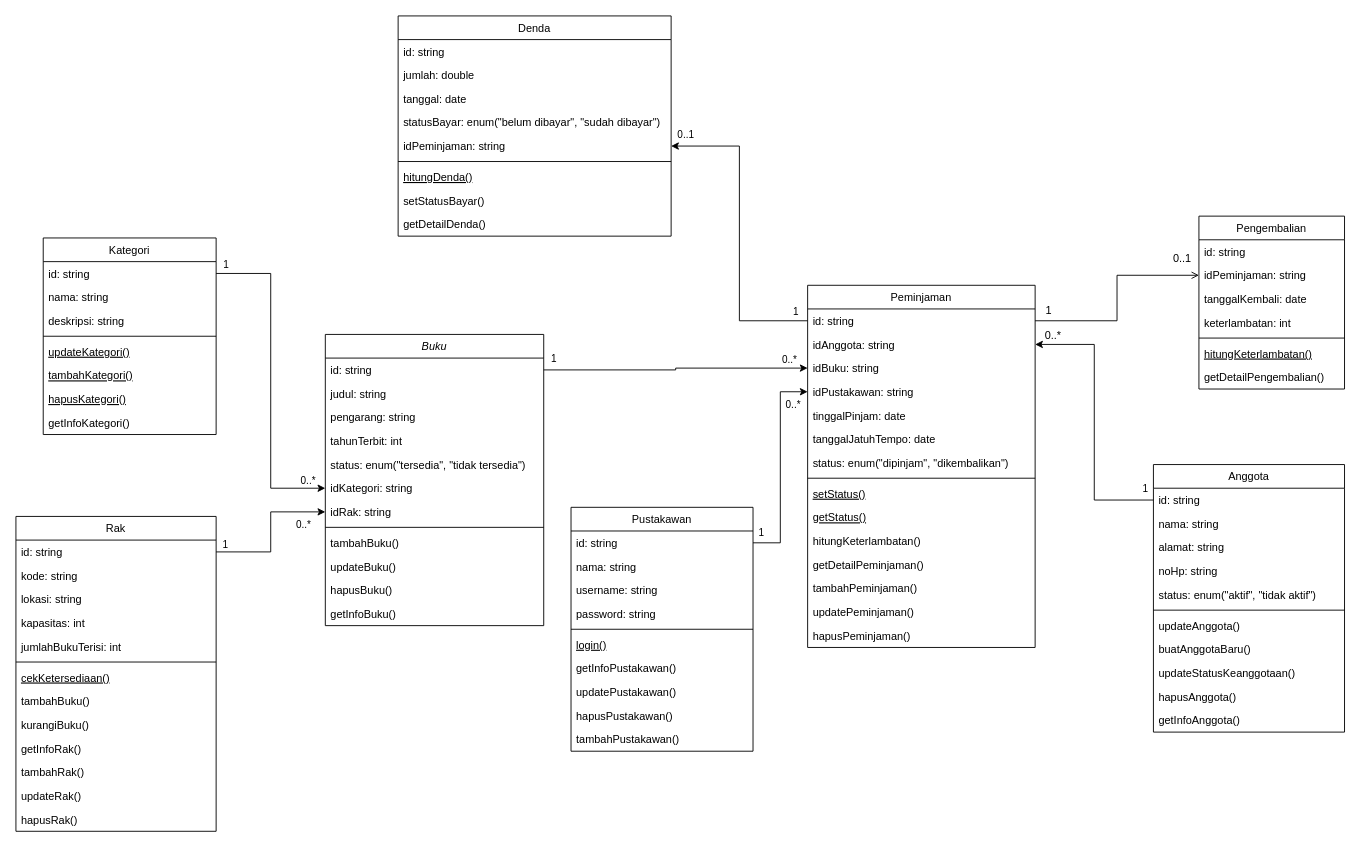
Above: laprak_class_diagram.drawio in zhekabaila/praktikum-rpl (draw.io), before the change. Source tidied: cells renumbered, new cells numbered last; positions are measured from the earlier drawing's top-left corner, leaving out a move shared by most shapes. Both pictures are drawn from the tidied source at 91%, with x=0, y=0 at pixel (15, 15).
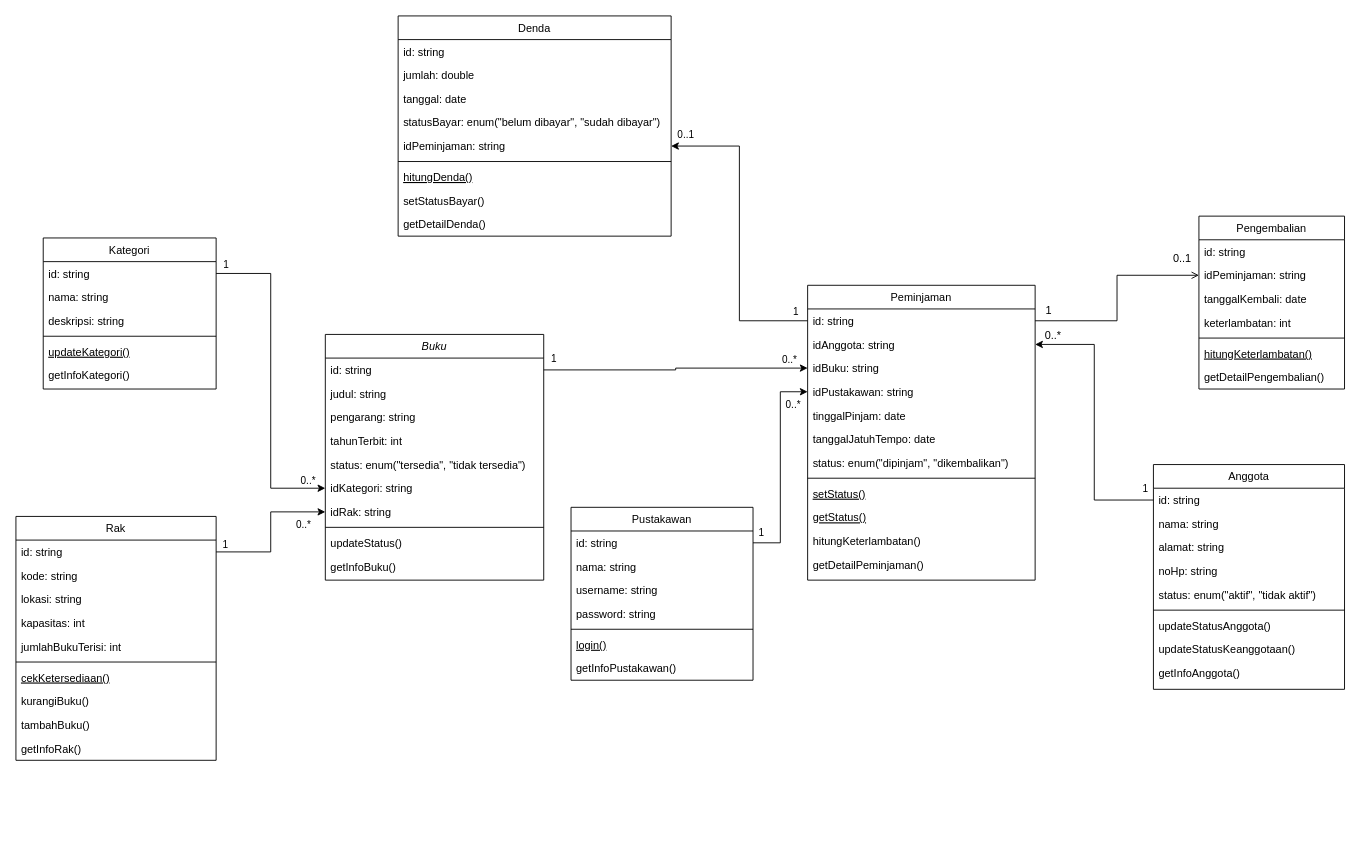
Above is the later version.

Change to the diagram source:
```diff
@@
     <mxCell id="2" value="Buku" style="swimlane;fontStyle=2;align=center;verticalAlign=top;horizontal=1;startSize=26;rounded=0;shadow=0;strokeWidth=1;" parent="1" vertex="1">
-      <mxGeometry x="340" y="350" width="240" height="320" as="geometry" />
+      <mxGeometry x="340" y="350" width="240" height="270" as="geometry" />
     </mxCell>
@@
-    <mxCell id="11" value="tambahBuku()" style="text;align=left;verticalAlign=top;spacingLeft=4;spacingRight=4;overflow=hidden;" parent="2" vertex="1">
-      <mxGeometry y="216" width="240" height="26" as="geometry" />
-    </mxCell>
-    <mxCell id="12" value="updateBuku()" style="text;align=left;verticalAlign=top;spacingLeft=4;spacingRight=4;overflow=hidden;" parent="2" vertex="1">
-      <mxGeometry y="242" width="240" height="26" as="geometry" />
+    <mxCell id="12" value="updateStatus()" style="text;align=left;verticalAlign=top;spacingLeft=4;spacingRight=4;overflow=hidden;" parent="2" vertex="1">
+      <mxGeometry y="216" width="240" height="26" as="geometry" />
     </mxCell>
-    <mxCell id="13" value="hapusBuku()" style="text;align=left;verticalAlign=top;spacingLeft=4;spacingRight=4;overflow=hidden;" parent="2" vertex="1">
-      <mxGeometry y="268" width="240" height="26" as="geometry" />
-    </mxCell>
     <mxCell id="14" value="getInfoBuku()" style="text;align=left;verticalAlign=top;spacingLeft=4;spacingRight=4;overflow=hidden;" parent="2" vertex="1">
-      <mxGeometry y="294" width="240" height="26" as="geometry" />
+      <mxGeometry y="242" width="240" height="26" as="geometry" />
     </mxCell>
     <mxCell id="15" value="Pustakawan" style="swimlane;fontStyle=0;align=center;verticalAlign=top;horizontal=1;startSize=26;rounded=0;shadow=0;strokeWidth=1;" parent="1" vertex="1">
-      <mxGeometry x="610" y="540" width="200" height="268" as="geometry" />
+      <mxGeometry x="610" y="540" width="200" height="190" as="geometry" />
     </mxCell>
@@
-    <mxCell id="23" value="updatePustakawan()" style="text;align=left;verticalAlign=top;spacingLeft=4;spacingRight=4;overflow=hidden;" parent="15" vertex="1">
-      <mxGeometry y="190" width="200" height="26" as="geometry" />
-    </mxCell>
-    <mxCell id="24" value="hapusPustakawan()" style="text;align=left;verticalAlign=top;spacingLeft=4;spacingRight=4;overflow=hidden;" parent="15" vertex="1">
-      <mxGeometry y="216" width="200" height="26" as="geometry" />
-    </mxCell>
-    <mxCell id="25" value="tambahPustakawan()" style="text;align=left;verticalAlign=top;spacingLeft=4;spacingRight=4;overflow=hidden;" parent="15" vertex="1">
-      <mxGeometry y="242" width="200" height="26" as="geometry" />
-    </mxCell>
     <mxCell id="26" value="Anggota" style="swimlane;fontStyle=0;align=center;verticalAlign=top;horizontal=1;startSize=26;rounded=0;shadow=0;strokeWidth=1;" parent="1" vertex="1">
-      <mxGeometry x="1250" y="493" width="210" height="294" as="geometry" />
+      <mxGeometry x="1250" y="493" width="210" height="247" as="geometry" />
     </mxCell>
@@
-    <mxCell id="33" value="updateAnggota()" style="text;align=left;verticalAlign=top;spacingLeft=4;spacingRight=4;overflow=hidden;" parent="26" vertex="1">
+    <mxCell id="33" value="updateStatusAnggota()" style="text;align=left;verticalAlign=top;spacingLeft=4;spacingRight=4;overflow=hidden;" parent="26" vertex="1">
       <mxGeometry y="164" width="210" height="26" as="geometry" />
     </mxCell>
-    <mxCell id="34" value="buatAnggotaBaru()" style="text;align=left;verticalAlign=top;spacingLeft=4;spacingRight=4;overflow=hidden;" parent="26" vertex="1">
-      <mxGeometry y="190" width="210" height="26" as="geometry" />
-    </mxCell>
     <mxCell id="35" value="updateStatusKeanggotaan()" style="text;align=left;verticalAlign=top;spacingLeft=4;spacingRight=4;overflow=hidden;" parent="26" vertex="1">
-      <mxGeometry y="216" width="210" height="26" as="geometry" />
+      <mxGeometry y="190" width="210" height="26" as="geometry" />
     </mxCell>
-    <mxCell id="36" value="hapusAnggota()" style="text;align=left;verticalAlign=top;spacingLeft=4;spacingRight=4;overflow=hidden;" parent="26" vertex="1">
-      <mxGeometry y="242" width="210" height="26" as="geometry" />
-    </mxCell>
     <mxCell id="37" value="getInfoAnggota()" style="text;align=left;verticalAlign=top;spacingLeft=4;spacingRight=4;overflow=hidden;" parent="26" vertex="1">
-      <mxGeometry y="268" width="210" height="26" as="geometry" />
+      <mxGeometry y="216" width="210" height="26" as="geometry" />
     </mxCell>
     <mxCell id="38" value="Peminjaman&#10;" style="swimlane;fontStyle=0;align=center;verticalAlign=top;horizontal=1;startSize=26;rounded=0;shadow=0;strokeWidth=1;" parent="1" vertex="1">
-      <mxGeometry x="870" y="296" width="250" height="398" as="geometry" />
+      <mxGeometry x="870" y="296" width="250" height="324" as="geometry" />
     </mxCell>
@@
-    <mxCell id="51" value="tambahPeminjaman()" style="text;align=left;verticalAlign=top;spacingLeft=4;spacingRight=4;overflow=hidden;" parent="38" vertex="1">
-      <mxGeometry y="320" width="250" height="26" as="geometry" />
-    </mxCell>
-    <mxCell id="52" value="updatePeminjaman()" style="text;align=left;verticalAlign=top;spacingLeft=4;spacingRight=4;overflow=hidden;" parent="38" vertex="1">
-      <mxGeometry y="346" width="250" height="26" as="geometry" />
-    </mxCell>
-    <mxCell id="53" value="hapusPeminjaman()" style="text;align=left;verticalAlign=top;spacingLeft=4;spacingRight=4;overflow=hidden;" parent="38" vertex="1">
-      <mxGeometry y="372" width="250" height="26" as="geometry" />
-    </mxCell>
@@
     <mxCell id="62" value="Kategori" style="swimlane;fontStyle=0;align=center;verticalAlign=top;horizontal=1;startSize=26;rounded=0;shadow=0;strokeWidth=1;" parent="1" vertex="1">
-      <mxGeometry x="30" y="244" width="190" height="216" as="geometry" />
+      <mxGeometry x="30" y="244" width="190" height="166" as="geometry" />
     </mxCell>
@@
-    <mxCell id="68" value="tambahKategori()" style="text;align=left;verticalAlign=top;spacingLeft=4;spacingRight=4;overflow=hidden;fontStyle=4;" parent="62" vertex="1">
-      <mxGeometry y="138" width="190" height="26" as="geometry" />
-    </mxCell>
-    <mxCell id="69" value="hapusKategori()" style="text;align=left;verticalAlign=top;spacingLeft=4;spacingRight=4;overflow=hidden;fontStyle=4;" parent="62" vertex="1">
-      <mxGeometry y="164" width="190" height="26" as="geometry" />
-    </mxCell>
     <mxCell id="70" value="getInfoKategori()" style="text;align=left;verticalAlign=top;spacingLeft=4;spacingRight=4;overflow=hidden;" parent="62" vertex="1">
-      <mxGeometry y="190" width="190" height="26" as="geometry" />
+      <mxGeometry y="138" width="190" height="26" as="geometry" />
     </mxCell>
@@
     <mxCell id="81" value="Rak" style="swimlane;fontStyle=0;align=center;verticalAlign=top;horizontal=1;startSize=26;rounded=0;shadow=0;strokeWidth=1;" parent="1" vertex="1">
-      <mxGeometry y="550" width="220" height="346" as="geometry" />
+      <mxGeometry y="550" width="220" height="268" as="geometry" />
     </mxCell>
@@
-    <mxCell id="89" value="tambahBuku()" style="text;align=left;verticalAlign=top;spacingLeft=4;spacingRight=4;overflow=hidden;" parent="81" vertex="1">
-      <mxGeometry y="190" width="220" height="26" as="geometry" />
-    </mxCell>
     <mxCell id="90" value="kurangiBuku()" style="text;align=left;verticalAlign=top;spacingLeft=4;spacingRight=4;overflow=hidden;" parent="81" vertex="1">
-      <mxGeometry y="216" width="220" height="26" as="geometry" />
+      <mxGeometry y="190" width="220" height="26" as="geometry" />
     </mxCell>
+    <mxCell id="116" value="tambahBuku()" style="text;align=left;verticalAlign=top;spacingLeft=4;spacingRight=4;overflow=hidden;" parent="81" vertex="1">
+      <mxGeometry y="216" width="220" height="26" as="geometry" />
+    </mxCell>
@@
-    <mxCell id="92" value="tambahRak()" style="text;align=left;verticalAlign=top;spacingLeft=4;spacingRight=4;overflow=hidden;" parent="81" vertex="1">
-      <mxGeometry y="268" width="220" height="26" as="geometry" />
-    </mxCell>
-    <mxCell id="93" value="updateRak()" style="text;align=left;verticalAlign=top;spacingLeft=4;spacingRight=4;overflow=hidden;" parent="81" vertex="1">
-      <mxGeometry y="294" width="220" height="26" as="geometry" />
-    </mxCell>
-    <mxCell id="94" value="hapusRak()" style="text;align=left;verticalAlign=top;spacingLeft=4;spacingRight=4;overflow=hidden;" parent="81" vertex="1">
-      <mxGeometry y="320" width="220" height="26" as="geometry" />
-    </mxCell>
```
